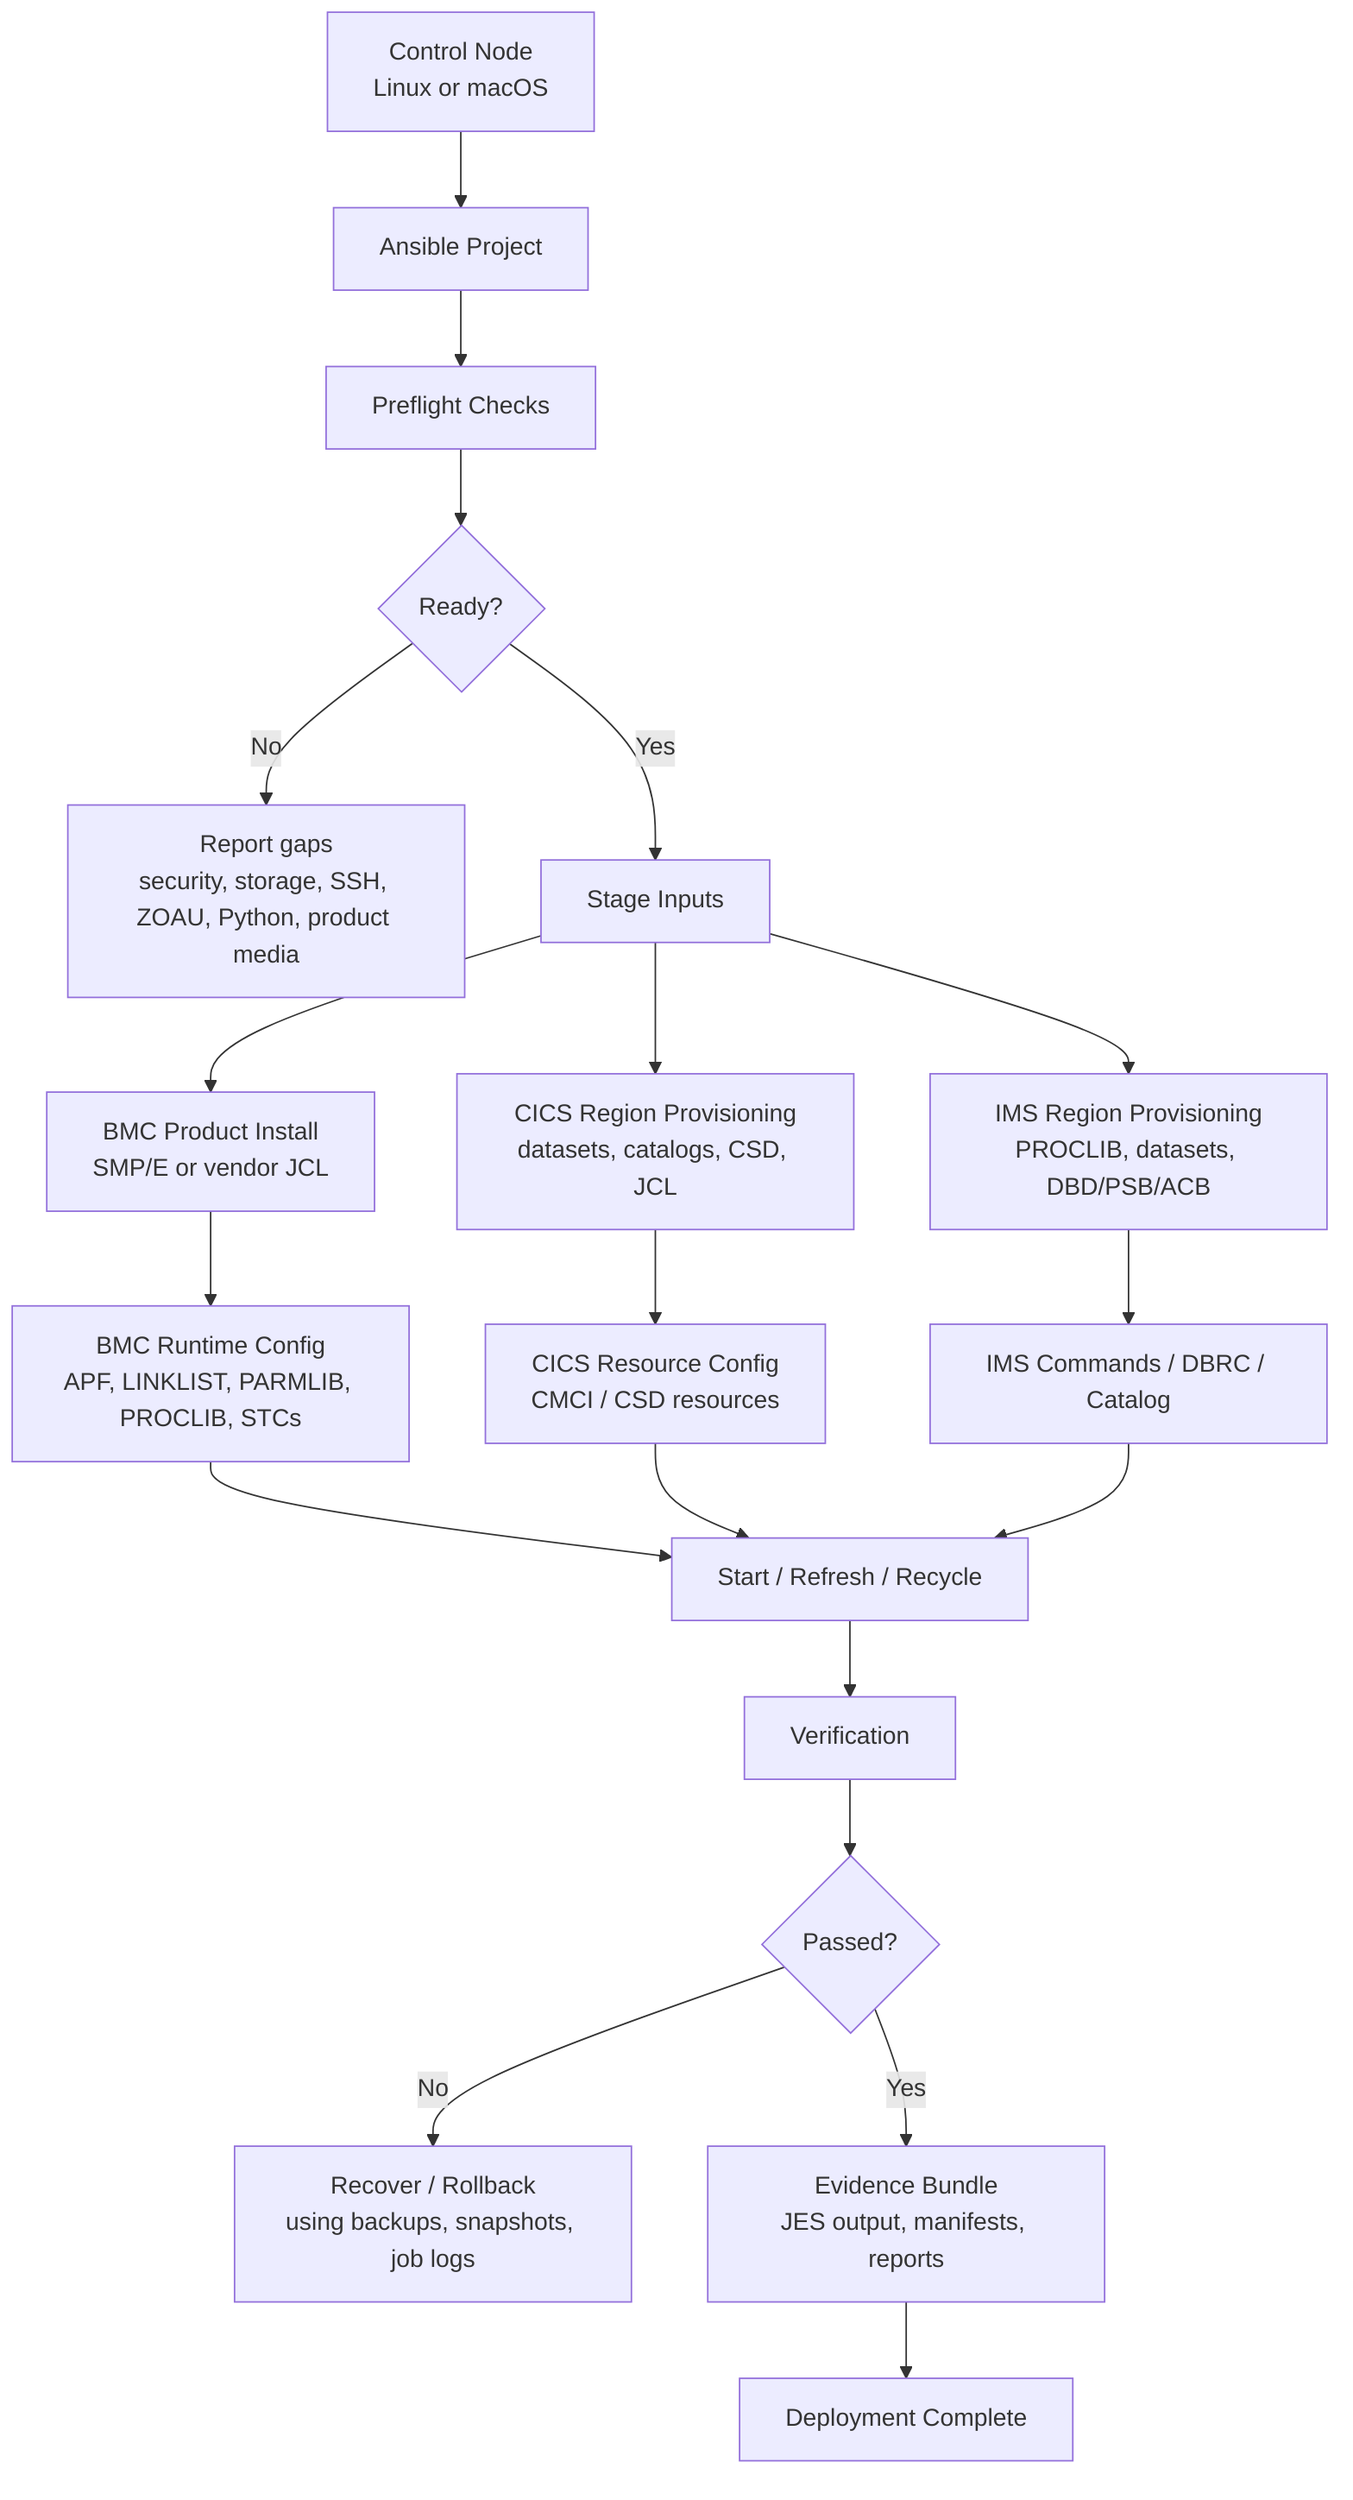
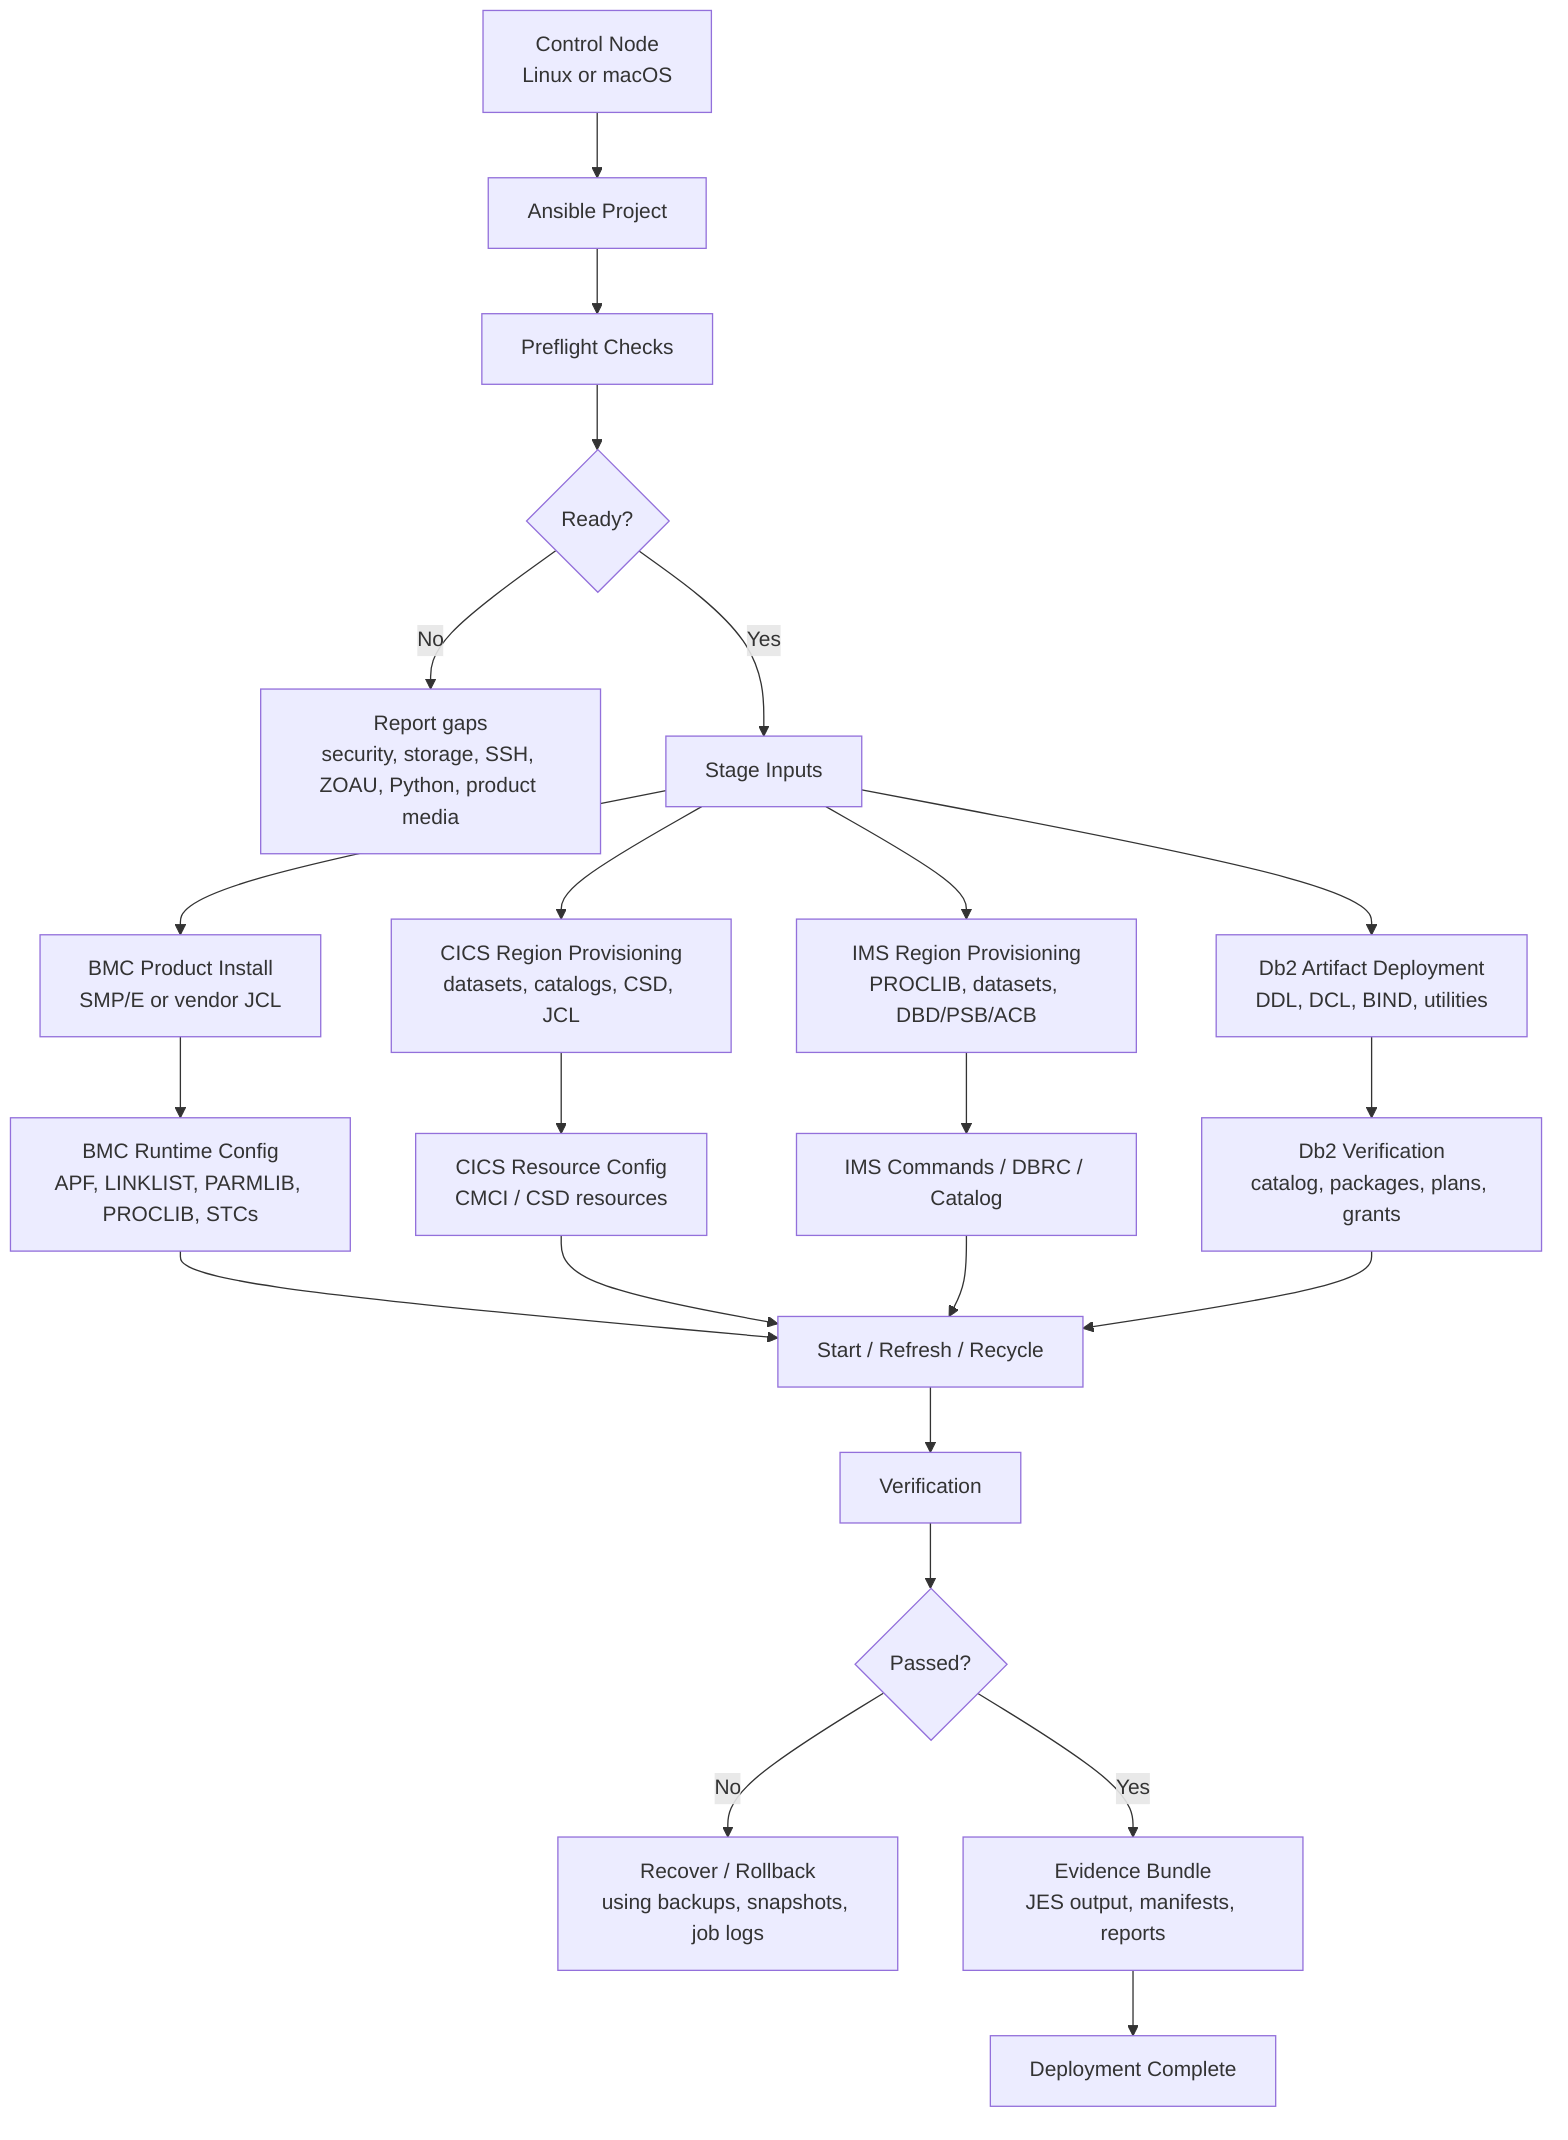
flowchart TD
    A["Control Node<br/>Linux or macOS"] --> B["Ansible Project"]
    B --> C["Preflight Checks"]

    C --> D{"Ready?"}
    D -- "No" --> E["Report gaps<br/>security, storage, SSH, ZOAU, Python, product media"]
    D -- "Yes" --> F["Stage Inputs"]

    F --> G["BMC Product Install<br/>SMP/E or vendor JCL"]
    G --> H["BMC Runtime Config<br/>APF, LINKLIST, PARMLIB, PROCLIB, STCs"]

    F --> I["CICS Region Provisioning<br/>datasets, catalogs, CSD, JCL"]
    I --> J["CICS Resource Config<br/>CMCI / CSD resources"]

    F --> K["IMS Region Provisioning<br/>PROCLIB, datasets, DBD/PSB/ACB"]
    K --> L["IMS Commands / DBRC / Catalog"]

+     F --> S["Db2 Artifact Deployment<br/>DDL, DCL, BIND, utilities"]
+     S --> T["Db2 Verification<br/>catalog, packages, plans, grants"]
+ 
    H --> M["Start / Refresh / Recycle"]
    J --> M
    L --> M
+     T --> M

    M --> N["Verification"]
    N --> O{"Passed?"}

    O -- "No" --> P["Recover / Rollback<br/>using backups, snapshots, job logs"]
    O -- "Yes" --> Q["Evidence Bundle<br/>JES output, manifests, reports"]

    Q --> R["Deployment Complete"]
